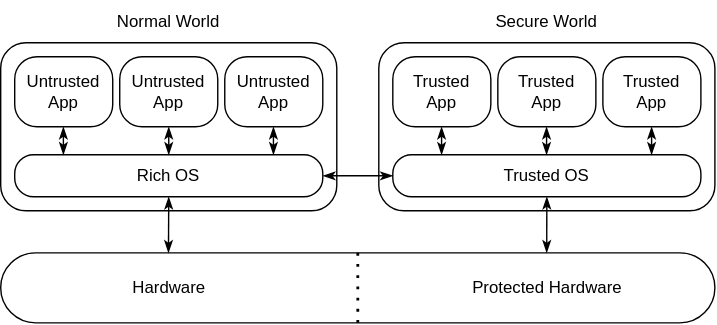
Earlier version of the draw.io export img/TEE_ARM_Cortex-a.svg (3mdeb/conferences). Source tidied: cells renumbered, new cells last; positions are measured from the earlier drawing's top-left corner, leaving out a move shared by most shapes. Its diagram source:
```xml
<mxGraphModel>
  <root>
    <mxCell id="0" />
    <mxCell id="1" parent="0" />
    <mxCell id="2" style="rounded=1;whiteSpace=wrap;html=1;" parent="1" vertex="1">
      <mxGeometry y="30" width="240" height="120" as="geometry" />
    </mxCell>
    <mxCell id="3" value="&lt;div&gt;Untrusted&lt;/div&gt;&lt;div&gt;App&lt;/div&gt;" style="rounded=1;whiteSpace=wrap;html=1;arcSize=32;" parent="1" vertex="1">
      <mxGeometry x="10" y="40" width="70" height="50" as="geometry" />
    </mxCell>
    <mxCell id="4" value="&lt;div&gt;Untrusted&lt;/div&gt;&lt;div&gt;App&lt;/div&gt;" style="rounded=1;whiteSpace=wrap;html=1;arcSize=32;" parent="1" vertex="1">
      <mxGeometry x="85" y="40" width="70" height="50" as="geometry" />
    </mxCell>
    <mxCell id="5" value="&lt;div&gt;Untrusted&lt;/div&gt;&lt;div&gt;App&lt;/div&gt;" style="rounded=1;whiteSpace=wrap;html=1;arcSize=32;" parent="1" vertex="1">
      <mxGeometry x="160" y="40" width="70" height="50" as="geometry" />
    </mxCell>
    <mxCell id="6" value="Rich OS" style="rounded=1;whiteSpace=wrap;html=1;arcSize=45;" parent="1" vertex="1">
      <mxGeometry x="10" y="110" width="220" height="30" as="geometry" />
    </mxCell>
    <mxCell id="7" style="rounded=1;whiteSpace=wrap;html=1;" parent="1" vertex="1">
      <mxGeometry x="270" y="30" width="240" height="120" as="geometry" />
    </mxCell>
    <mxCell id="8" value="&lt;div&gt;Trusted&lt;/div&gt;&lt;div&gt;App&lt;/div&gt;" style="rounded=1;whiteSpace=wrap;html=1;arcSize=32;" parent="1" vertex="1">
      <mxGeometry x="280" y="40" width="70" height="50" as="geometry" />
    </mxCell>
    <mxCell id="9" value="&lt;div&gt;Trusted&lt;/div&gt;&lt;div&gt;App&lt;/div&gt;" style="rounded=1;whiteSpace=wrap;html=1;arcSize=32;" parent="1" vertex="1">
      <mxGeometry x="355" y="40" width="70" height="50" as="geometry" />
    </mxCell>
    <mxCell id="10" value="&lt;div&gt;Trusted&lt;/div&gt;&lt;div&gt;App&lt;/div&gt;" style="rounded=1;whiteSpace=wrap;html=1;arcSize=32;" parent="1" vertex="1">
      <mxGeometry x="430" y="40" width="70" height="50" as="geometry" />
    </mxCell>
    <mxCell id="11" value="Trusted OS" style="rounded=1;whiteSpace=wrap;html=1;arcSize=45;" parent="1" vertex="1">
      <mxGeometry x="280" y="110" width="220" height="30" as="geometry" />
    </mxCell>
    <mxCell id="12" style="endArrow=classicThin;startArrow=classicThin;html=1;rounded=0;entryX=0;entryY=0.5;entryDx=0;entryDy=0;exitX=1;exitY=0.5;exitDx=0;exitDy=0;startFill=1;endFill=1;" parent="1" edge="1" source="6" target="11">
      <mxGeometry relative="1" as="geometry" />
    </mxCell>
    <mxCell id="13" value="&amp;nbsp;" style="rounded=1;whiteSpace=wrap;html=1;arcSize=50;" parent="1" vertex="1">
      <mxGeometry y="180" width="510" height="50" as="geometry" />
    </mxCell>
    <mxCell id="14" style="endArrow=none;dashed=1;html=1;dashPattern=1 3;strokeWidth=2;rounded=0;entryX=0.5;entryY=0;entryDx=0;entryDy=0;exitX=0.5;exitY=1;exitDx=0;exitDy=0;" parent="1" edge="1" source="13" target="13">
      <mxGeometry relative="1" as="geometry" />
    </mxCell>
    <mxCell id="15" value="Normal World" style="text;html=1;strokeColor=none;fillColor=none;align=center;verticalAlign=middle;whiteSpace=wrap;rounded=0;" parent="1" vertex="1">
      <mxGeometry x="75" width="90" height="30" as="geometry" />
    </mxCell>
    <mxCell id="16" value="Secure World" style="text;html=1;strokeColor=none;fillColor=none;align=center;verticalAlign=middle;whiteSpace=wrap;rounded=0;" parent="1" vertex="1">
      <mxGeometry x="345" width="90" height="30" as="geometry" />
    </mxCell>
    <mxCell id="17" style="edgeStyle=orthogonalEdgeStyle;rounded=0;orthogonalLoop=1;jettySize=auto;html=1;exitX=0.5;exitY=1;exitDx=0;exitDy=0;" parent="1" edge="1" source="5" target="5">
      <mxGeometry relative="1" as="geometry" />
    </mxCell>
    <mxCell id="18" style="edgeStyle=orthogonalEdgeStyle;rounded=0;orthogonalLoop=1;jettySize=auto;html=1;exitX=0.5;exitY=1;exitDx=0;exitDy=0;" parent="1" edge="1" source="8" target="8">
      <mxGeometry relative="1" as="geometry" />
    </mxCell>
    <mxCell id="19" style="endArrow=classicThin;startArrow=classicThin;html=1;rounded=0;entryX=0.5;entryY=1;entryDx=0;entryDy=0;exitX=0.5;exitY=0;exitDx=0;exitDy=0;endFill=1;startFill=1;" parent="1" edge="1" source="6" target="4">
      <mxGeometry relative="1" as="geometry" />
    </mxCell>
    <mxCell id="20" style="endArrow=classicThin;startArrow=classicThin;html=1;rounded=0;entryX=0.5;entryY=1;entryDx=0;entryDy=0;exitX=0.5;exitY=0;exitDx=0;exitDy=0;endFill=1;startFill=1;" parent="1" edge="1">
      <mxGeometry relative="1" as="geometry">
        <mxPoint x="194.8" y="110" as="sourcePoint" />
        <mxPoint x="194.8" y="90" as="targetPoint" />
      </mxGeometry>
    </mxCell>
    <mxCell id="21" style="endArrow=classicThin;startArrow=classicThin;html=1;rounded=0;entryX=0.5;entryY=1;entryDx=0;entryDy=0;exitX=0.5;exitY=0;exitDx=0;exitDy=0;endFill=1;startFill=1;" parent="1" edge="1">
      <mxGeometry relative="1" as="geometry">
        <mxPoint x="44.8" y="110" as="sourcePoint" />
        <mxPoint x="44.8" y="90" as="targetPoint" />
      </mxGeometry>
    </mxCell>
    <mxCell id="22" style="endArrow=classicThin;startArrow=classicThin;html=1;rounded=0;entryX=0.5;entryY=1;entryDx=0;entryDy=0;exitX=0.5;exitY=0;exitDx=0;exitDy=0;endFill=1;startFill=1;" parent="1" edge="1">
      <mxGeometry relative="1" as="geometry">
        <mxPoint x="314.8" y="110" as="sourcePoint" />
        <mxPoint x="314.8" y="90" as="targetPoint" />
      </mxGeometry>
    </mxCell>
    <mxCell id="23" style="endArrow=classicThin;startArrow=classicThin;html=1;rounded=0;entryX=0.5;entryY=1;entryDx=0;entryDy=0;exitX=0.5;exitY=0;exitDx=0;exitDy=0;endFill=1;startFill=1;" parent="1" edge="1">
      <mxGeometry relative="1" as="geometry">
        <mxPoint x="389.8" y="110" as="sourcePoint" />
        <mxPoint x="389.8" y="90" as="targetPoint" />
      </mxGeometry>
    </mxCell>
    <mxCell id="24" style="endArrow=classicThin;startArrow=classicThin;html=1;rounded=0;entryX=0.5;entryY=1;entryDx=0;entryDy=0;exitX=0.5;exitY=0;exitDx=0;exitDy=0;endFill=1;startFill=1;" parent="1" edge="1">
      <mxGeometry relative="1" as="geometry">
        <mxPoint x="464.8" y="110" as="sourcePoint" />
        <mxPoint x="464.8" y="90" as="targetPoint" />
      </mxGeometry>
    </mxCell>
    <mxCell id="25" style="endArrow=classicThin;startArrow=classicThin;html=1;rounded=0;endFill=1;startFill=1;" parent="1" edge="1">
      <mxGeometry relative="1" as="geometry">
        <mxPoint x="119.8" y="180" as="sourcePoint" />
        <mxPoint x="120" y="140" as="targetPoint" />
      </mxGeometry>
    </mxCell>
    <mxCell id="26" style="endArrow=classicThin;startArrow=classicThin;html=1;rounded=0;endFill=1;startFill=1;" parent="1" edge="1">
      <mxGeometry relative="1" as="geometry">
        <mxPoint x="389.9" y="180" as="sourcePoint" />
        <mxPoint x="390" y="140" as="targetPoint" />
      </mxGeometry>
    </mxCell>
    <mxCell id="27" value="Protected Hardware" style="text;html=1;strokeColor=none;fillColor=none;align=center;verticalAlign=middle;whiteSpace=wrap;rounded=0;" parent="1" vertex="1">
      <mxGeometry x="322.5" y="190" width="135" height="30" as="geometry" />
    </mxCell>
    <mxCell id="28" value="Hardware" style="text;html=1;strokeColor=none;fillColor=none;align=center;verticalAlign=middle;whiteSpace=wrap;rounded=0;" parent="1" vertex="1">
      <mxGeometry x="52.5" y="190" width="135" height="30" as="geometry" />
    </mxCell>
  </root>
</mxGraphModel>
```
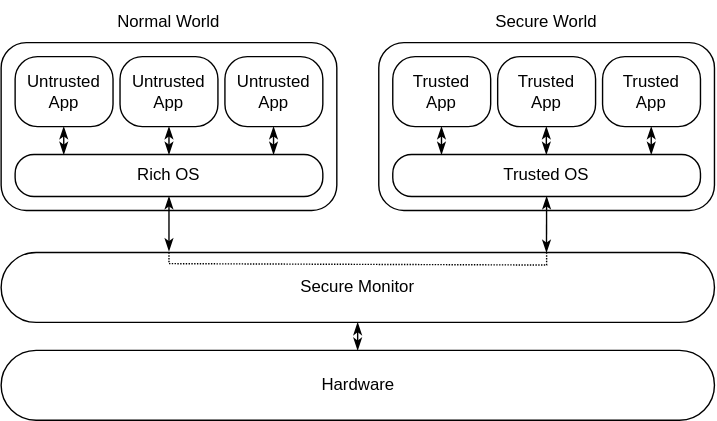
Above is the later version.

Commit message:
2024/YoctoProjectDeveloperDay: Improved TEE info

Change to the diagram source:
```diff
@@ -32,15 +32,9 @@
     <mxCell id="11" value="Trusted OS" style="rounded=1;whiteSpace=wrap;html=1;arcSize=45;" parent="1" vertex="1">
       <mxGeometry x="280" y="110" width="220" height="30" as="geometry" />
     </mxCell>
-    <mxCell id="12" style="endArrow=classicThin;startArrow=classicThin;html=1;rounded=0;entryX=0;entryY=0.5;entryDx=0;entryDy=0;exitX=1;exitY=0.5;exitDx=0;exitDy=0;startFill=1;endFill=1;" parent="1" edge="1" source="6" target="11">
-      <mxGeometry relative="1" as="geometry" />
-    </mxCell>
-    <mxCell id="13" value="&amp;nbsp;" style="rounded=1;whiteSpace=wrap;html=1;arcSize=50;" parent="1" vertex="1">
+    <mxCell id="13" value="Secure Monitor" style="rounded=1;whiteSpace=wrap;html=1;arcSize=50;" parent="1" vertex="1">
       <mxGeometry y="180" width="510" height="50" as="geometry" />
     </mxCell>
-    <mxCell id="14" style="endArrow=none;dashed=1;html=1;dashPattern=1 3;strokeWidth=2;rounded=0;entryX=0.5;entryY=0;entryDx=0;entryDy=0;exitX=0.5;exitY=1;exitDx=0;exitDy=0;" parent="1" edge="1" source="13" target="13">
-      <mxGeometry relative="1" as="geometry" />
-    </mxCell>
     <mxCell id="15" value="Normal World" style="text;html=1;strokeColor=none;fillColor=none;align=center;verticalAlign=middle;whiteSpace=wrap;rounded=0;" parent="1" vertex="1">
       <mxGeometry x="75" width="90" height="30" as="geometry" />
     </mxCell>
@@ -88,7 +82,7 @@
     </mxCell>
     <mxCell id="25" style="endArrow=classicThin;startArrow=classicThin;html=1;rounded=0;endFill=1;startFill=1;" parent="1" edge="1">
       <mxGeometry relative="1" as="geometry">
-        <mxPoint x="119.8" y="180" as="sourcePoint" />
+        <mxPoint x="120" y="179" as="sourcePoint" />
         <mxPoint x="120" y="140" as="targetPoint" />
       </mxGeometry>
     </mxCell>
@@ -98,11 +92,27 @@
         <mxPoint x="390" y="140" as="targetPoint" />
       </mxGeometry>
     </mxCell>
-    <mxCell id="27" value="Protected Hardware" style="text;html=1;strokeColor=none;fillColor=none;align=center;verticalAlign=middle;whiteSpace=wrap;rounded=0;" parent="1" vertex="1">
-      <mxGeometry x="322.5" y="190" width="135" height="30" as="geometry" />
-    </mxCell>
+    <mxCell id="29" value="&amp;nbsp;" style="rounded=1;whiteSpace=wrap;html=1;arcSize=50;" parent="1" vertex="1">
+      <mxGeometry y="250" width="510" height="50" as="geometry" />
+    </mxCell>
     <mxCell id="28" value="Hardware" style="text;html=1;strokeColor=none;fillColor=none;align=center;verticalAlign=middle;whiteSpace=wrap;rounded=0;" parent="1" vertex="1">
-      <mxGeometry x="52.5" y="190" width="135" height="30" as="geometry" />
+      <mxGeometry x="187.5" y="260" width="135" height="30" as="geometry" />
     </mxCell>
+    <mxCell id="30" style="endArrow=classicThin;startArrow=classicThin;html=1;rounded=0;entryX=0.5;entryY=1;entryDx=0;entryDy=0;exitX=0.5;exitY=0;exitDx=0;exitDy=0;endFill=1;startFill=1;" parent="1" edge="1">
+      <mxGeometry relative="1" as="geometry">
+        <mxPoint x="254.9" y="250" as="sourcePoint" />
+        <mxPoint x="254.9" y="230" as="targetPoint" />
+      </mxGeometry>
+    </mxCell>
+    <mxCell id="31" style="curved=0;endArrow=none;html=1;rounded=0;startArrow=none;startFill=0;dashed=1;dashPattern=1 1;endFill=0;" parent="1" edge="1">
+      <mxGeometry relative="1" as="geometry">
+        <mxPoint x="120" y="180" as="sourcePoint" />
+        <mxPoint x="390" y="180" as="targetPoint" />
+        <Array as="points">
+          <mxPoint x="120" y="188" />
+          <mxPoint x="390" y="189" />
+        </Array>
+      </mxGeometry>
+    </mxCell>
   </root>
 </mxGraphModel>
```
